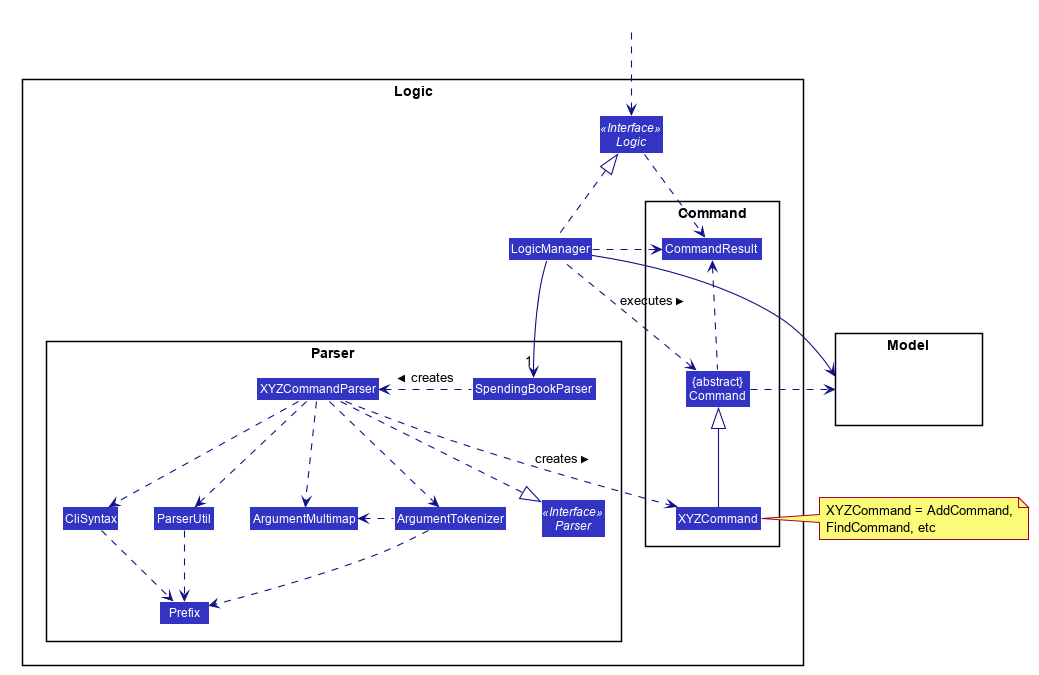
Earlier version of the PlantUML export docs/images/LogicClassDiagram.png (nus-cs2103-AY1920S1/addressbook-level3).
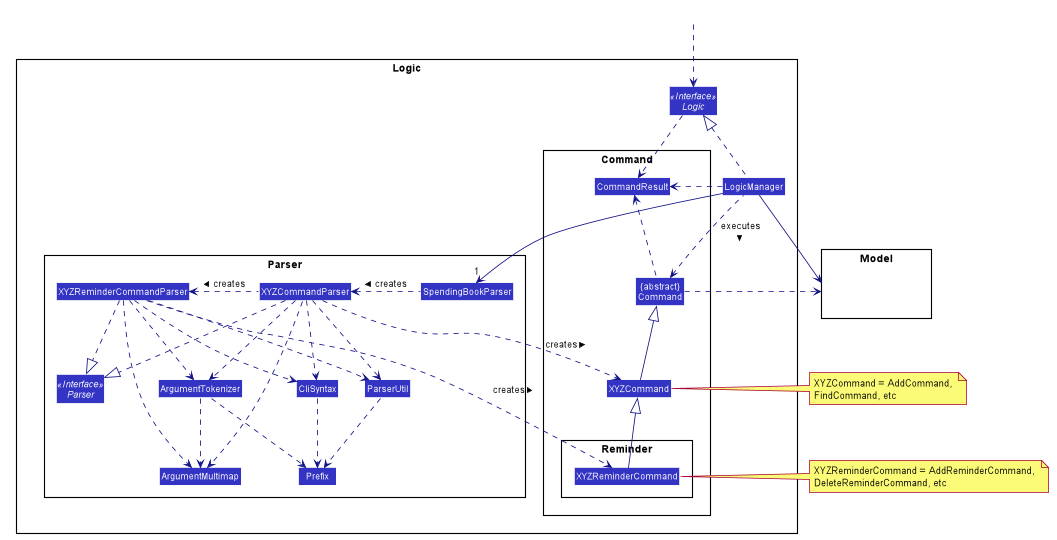
The same file after the commit.

The edit, as a diff of the source:
```diff
@@ -57,6 +57,7 @@
 Interface Parser <<Interface>>
 Class SpendingBookParser
 Class XYZCommandParser
+Class XYZReminderCommandParser
 Class CliSyntax
 Class ParserUtil
 Class ArgumentMultimap
@@ -68,6 +69,9 @@
 Class XYZCommand
 Class CommandResult
 Class "{abstract}\nCommand" as Command
+package Reminder {
+Class XYZReminderCommand
+}
 }
 
 Interface Logic <<Interface>>
@@ -84,23 +88,36 @@
 LogicManager .up.|> Logic
 LogicManager -->"1" SpendingBookParser
 SpendingBookParser .left.> XYZCommandParser: creates >
+XYZCommandParser .left.> XYZReminderCommandParser: creates >
 
 XYZCommandParser ..> XYZCommand : creates >
 XYZCommandParser ..|> Parser
 XYZCommandParser ..> ArgumentMultimap
 XYZCommandParser ..> ArgumentTokenizer
-ArgumentTokenizer .left.> ArgumentMultimap
+
+XYZReminderCommandParser ..|> Parser
+XYZReminderCommandParser ..> ArgumentMultimap
+XYZReminderCommandParser ..> ArgumentTokenizer
+
+
+ArgumentTokenizer ..> ArgumentMultimap
 XYZCommandParser ..> CliSyntax
+XYZReminderCommandParser ..> CliSyntax
 CliSyntax ..> Prefix
 XYZCommandParser ..> ParserUtil
+XYZReminderCommandParser ..> ParserUtil
 ParserUtil .down.> Prefix
 ArgumentTokenizer .down.> Prefix
 XYZCommand -up-|> Command
+XYZReminderCommand -up-|> XYZCommand
 LogicManager .left.> Command : executes >
+
+XYZReminderCommandParser ..> XYZReminderCommand : creates >
 
 LogicManager --> Model
 Command .right.> Model
 note right of XYZCommand: XYZCommand = AddCommand, \nFindCommand, etc
+note right of XYZReminderCommand: XYZReminderCommand = AddReminderCommand, \nDeleteReminderCommand, etc
 
 Logic ..> CommandResult
 LogicManager .down.> CommandResult
```
